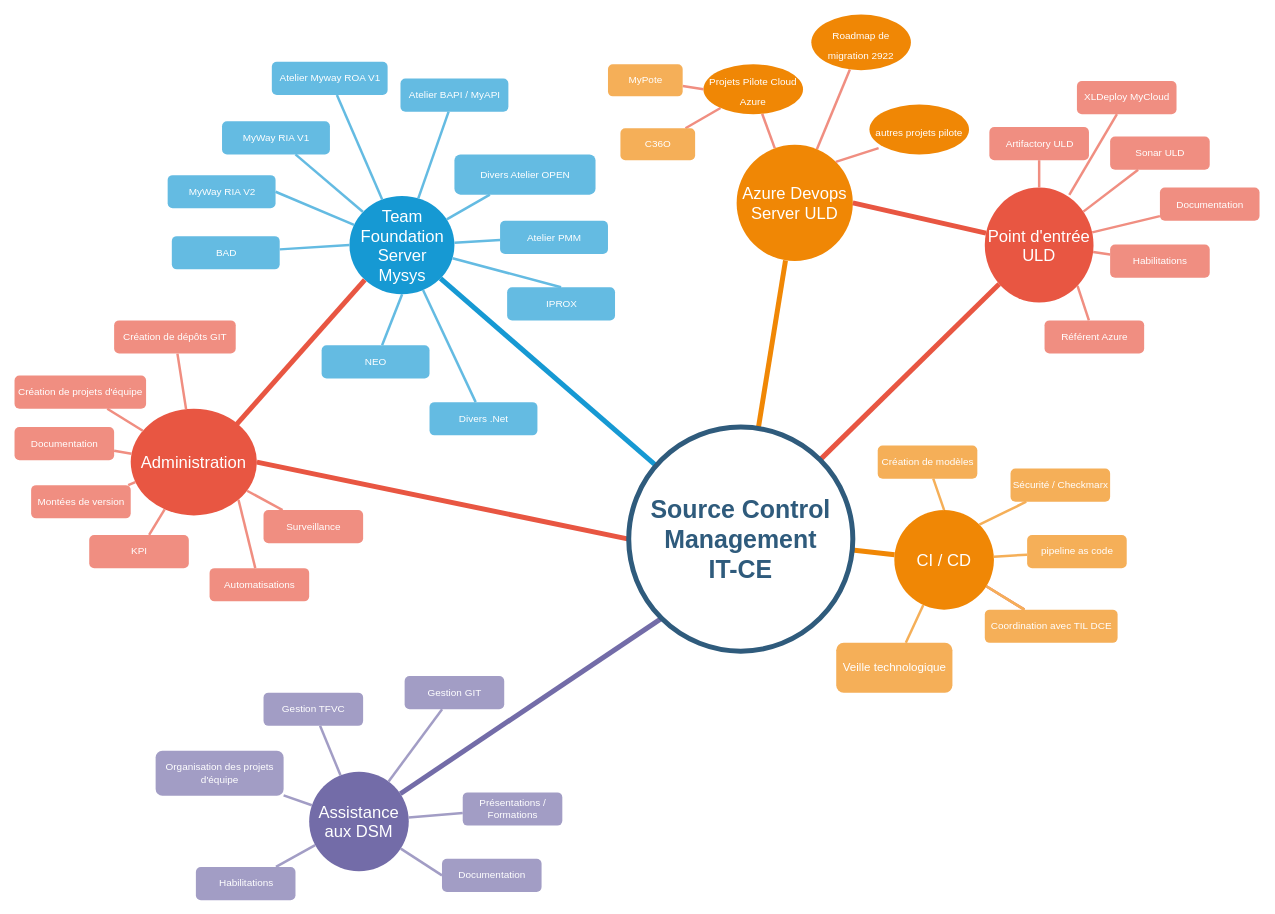
Above: tfs_presentation_maps.drawio in jmrablat/diagrams (draw.io), before the change. Source tidied: cells renumbered, new cells numbered last; positions are measured from the earlier drawing's top-left corner, leaving out a move shared by most shapes. Both pictures are drawn from the tidied source at 83%, with x=0, y=0 at pixel (14, 14).
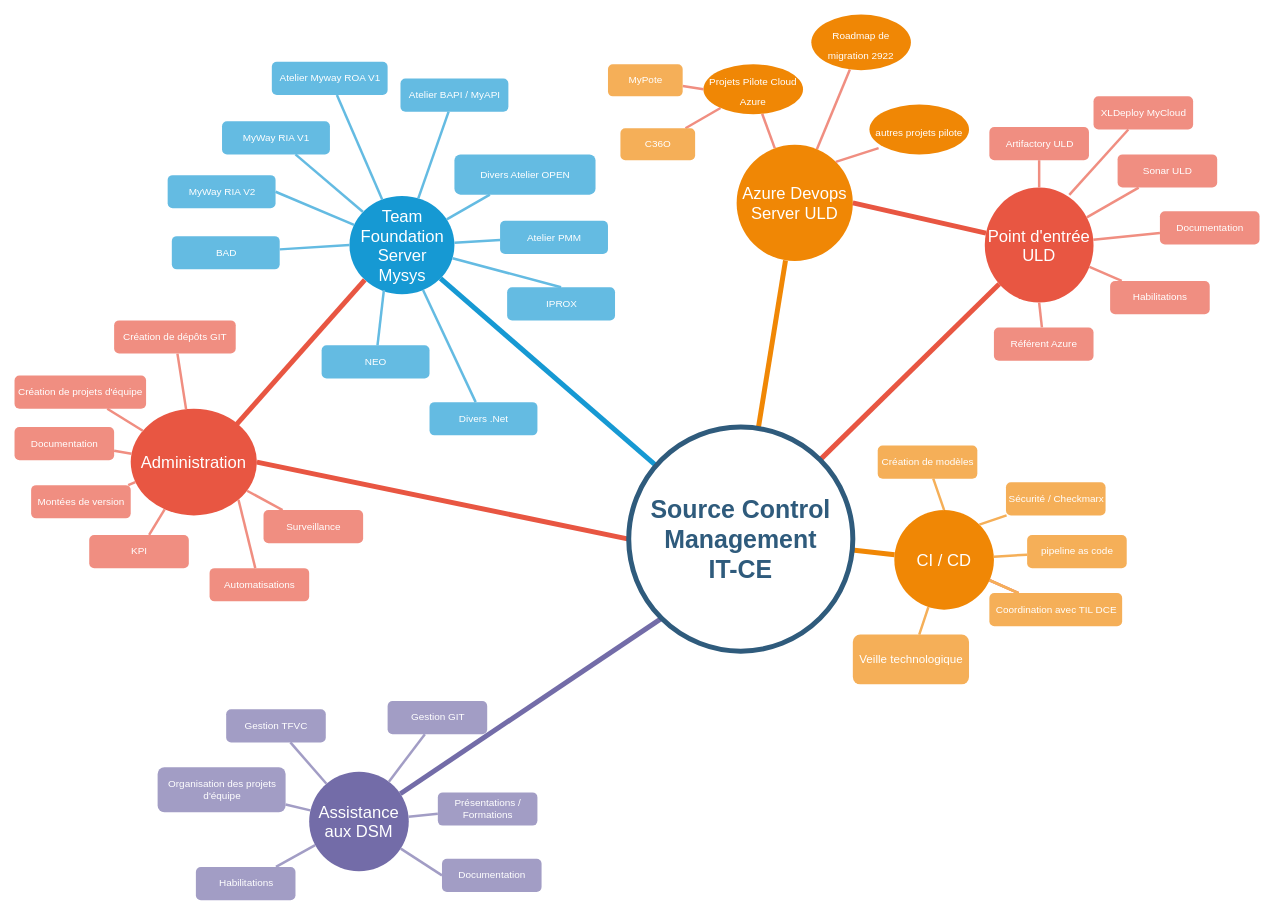
Above is the later version.

Unchanged cells that the change refers to:
```xml
<mxCell id="2" value="Team Foundation Server&lt;br&gt;Mysys" style="ellipse;whiteSpace=wrap;html=1;shadow=0;fontFamily=Helvetica;fontSize=20;fontColor=#FFFFFF;align=center;strokeWidth=3;fillColor=#1699D3;strokeColor=none;" parent="1" vertex="1">
  <mxGeometry x="403.5" y="218.5" width="126.5" height="118.5" as="geometry" />
</mxCell>
<mxCell id="7" value="Point d'entrée ULD" style="ellipse;whiteSpace=wrap;html=1;shadow=0;fontFamily=Helvetica;fontSize=20;fontColor=#FFFFFF;align=center;strokeWidth=3;fillColor=#E85642;strokeColor=none;" parent="1" vertex="1">
  <mxGeometry x="1169" y="208.5" width="131" height="138.5" as="geometry" />
</mxCell>
<mxCell id="12" value="NEO" style="rounded=1;fillColor=#64BBE2;strokeColor=none;strokeWidth=3;shadow=0;html=1;fontColor=#FFFFFF;" parent="1" vertex="1">
  <mxGeometry x="370" y="398.5" width="130" height="40" as="geometry" />
</mxCell>
```

What changed in the source:
```diff
@@
-    <mxCell id="26" style="edgeStyle=none;endArrow=none;strokeWidth=3;strokeColor=#64BBE2;html=1;" parent="1" edge="1" target="12">
-      <mxGeometry x="-221.5" y="56.5" as="geometry">
-        <mxPoint x="467" y="337" as="sourcePoint" />
-      </mxGeometry>
+    <mxCell id="26" style="edgeStyle=none;endArrow=none;strokeWidth=3;strokeColor=#64BBE2;html=1;exitX=0.328;exitY=0.958;exitDx=0;exitDy=0;exitPerimeter=0;" parent="1" edge="1" source="2" target="12">
+      <mxGeometry x="-221.5" y="56.5" as="geometry" />
     </mxCell>
@@
     <mxCell id="36" value="Habilitations" style="rounded=1;fillColor=#f08e81;strokeColor=none;strokeWidth=3;shadow=0;html=1;fontColor=#FFFFFF;" parent="1" vertex="1">
-      <mxGeometry x="1320" y="277" width="120" height="40" as="geometry" />
+      <mxGeometry x="1320" y="321" width="120" height="40" as="geometry" />
     </mxCell>
@@
     <mxCell id="38" value="Sonar ULD" style="rounded=1;fillColor=#f08e81;strokeColor=none;strokeWidth=3;shadow=0;html=1;fontColor=#FFFFFF;" parent="1" vertex="1">
-      <mxGeometry x="1320" y="147" width="120" height="40" as="geometry" />
+      <mxGeometry x="1329" y="168.5" width="120" height="40" as="geometry" />
     </mxCell>
@@
     <mxCell id="42" value="Veille technologique" style="rounded=1;fillColor=#f5af58;strokeColor=none;strokeWidth=3;shadow=0;html=1;fontColor=#FFFFFF;fontSize=14;" parent="1" vertex="1">
-      <mxGeometry x="990" y="757" width="140" height="60" as="geometry" />
+      <mxGeometry x="1010" y="747" width="140" height="60" as="geometry" />
     </mxCell>
     <mxCell id="43" value="Coordination avec TIL DCE" style="rounded=1;fillColor=#f5af58;strokeColor=none;strokeWidth=3;shadow=0;html=1;fontColor=#FFFFFF;" parent="1" vertex="1">
-      <mxGeometry x="1169" y="717" width="160" height="40" as="geometry" />
+      <mxGeometry x="1174.5" y="697" width="160" height="40" as="geometry" />
     </mxCell>
@@
     <mxCell id="60" value="Organisation des projets&lt;br&gt;d'équipe" style="rounded=1;fillColor=#a29dc5;strokeColor=none;strokeWidth=3;shadow=0;html=1;fontColor=#FFFFFF;" parent="1" vertex="1">
-      <mxGeometry x="170" y="887" width="154.2" height="54.1" as="geometry" />
+      <mxGeometry x="172.4" y="907" width="154.2" height="54.1" as="geometry" />
     </mxCell>
     <mxCell id="61" value="Gestion TFVC" style="rounded=1;fillColor=#a29dc5;strokeColor=none;strokeWidth=3;shadow=0;html=1;fontColor=#FFFFFF;" parent="1" vertex="1">
-      <mxGeometry x="300" y="817" width="120" height="40" as="geometry" />
+      <mxGeometry x="255" y="837" width="120" height="40" as="geometry" />
     </mxCell>
     <mxCell id="62" value="Gestion GIT" style="rounded=1;fillColor=#a29dc5;strokeColor=none;strokeWidth=3;shadow=0;html=1;fontColor=#FFFFFF;" parent="1" vertex="1">
-      <mxGeometry x="470" y="797" width="120" height="40" as="geometry" />
+      <mxGeometry x="449.5" y="827" width="120" height="40" as="geometry" />
     </mxCell>
     <mxCell id="63" value="Présentations / &lt;br&gt;Formations" style="rounded=1;fillColor=#a29dc5;strokeColor=none;strokeWidth=3;shadow=0;html=1;fontColor=#FFFFFF;" parent="1" vertex="1">
-      <mxGeometry x="540" y="937.2" width="120" height="40" as="geometry" />
+      <mxGeometry x="510" y="937.2" width="120" height="40" as="geometry" />
     </mxCell>
@@
-    <mxCell id="85" style="edgeStyle=none;jettySize=auto;html=1;endArrow=none;strokeColor=#F08E81;strokeWidth=3;entryX=1;entryY=1;entryDx=0;entryDy=0;" parent="1" edge="1" source="86" target="7">
+    <mxCell id="85" style="edgeStyle=none;jettySize=auto;html=1;endArrow=none;strokeColor=#F08E81;strokeWidth=3;entryX=0.5;entryY=1;entryDx=0;entryDy=0;" parent="1" edge="1" source="86" target="7">
       <mxGeometry relative="1" as="geometry" />
     </mxCell>
     <mxCell id="86" value="Référent Azure" style="rounded=1;fillColor=#f08e81;strokeColor=none;strokeWidth=3;shadow=0;html=1;fontColor=#FFFFFF;" parent="1" vertex="1">
-      <mxGeometry x="1241" y="368.5" width="120" height="40" as="geometry" />
+      <mxGeometry x="1180" y="377" width="120" height="40" as="geometry" />
     </mxCell>
@@
     <mxCell id="94" value="Documentation" style="rounded=1;fillColor=#f08e81;strokeColor=none;strokeWidth=3;shadow=0;html=1;fontColor=#FFFFFF;" parent="1" vertex="1">
-      <mxGeometry x="1380" y="208.5" width="120" height="40" as="geometry" />
+      <mxGeometry x="1380" y="237" width="120" height="40" as="geometry" />
     </mxCell>
@@
     <mxCell id="96" value="XLDeploy MyCloud" style="rounded=1;fillColor=#f08e81;strokeColor=none;strokeWidth=3;shadow=0;html=1;fontColor=#FFFFFF;" parent="1" vertex="1">
-      <mxGeometry x="1280" y="80" width="120" height="40" as="geometry" />
+      <mxGeometry x="1300" y="98.5" width="120" height="40" as="geometry" />
     </mxCell>
@@
     <mxCell id="98" value="Sécurité / Checkmarx" style="rounded=1;fillColor=#f5af58;strokeColor=none;strokeWidth=3;shadow=0;html=1;fontColor=#FFFFFF;" parent="1" vertex="1">
-      <mxGeometry x="1200" y="547" width="120" height="40" as="geometry" />
+      <mxGeometry x="1194.5" y="563.5" width="120" height="40" as="geometry" />
     </mxCell>
```
